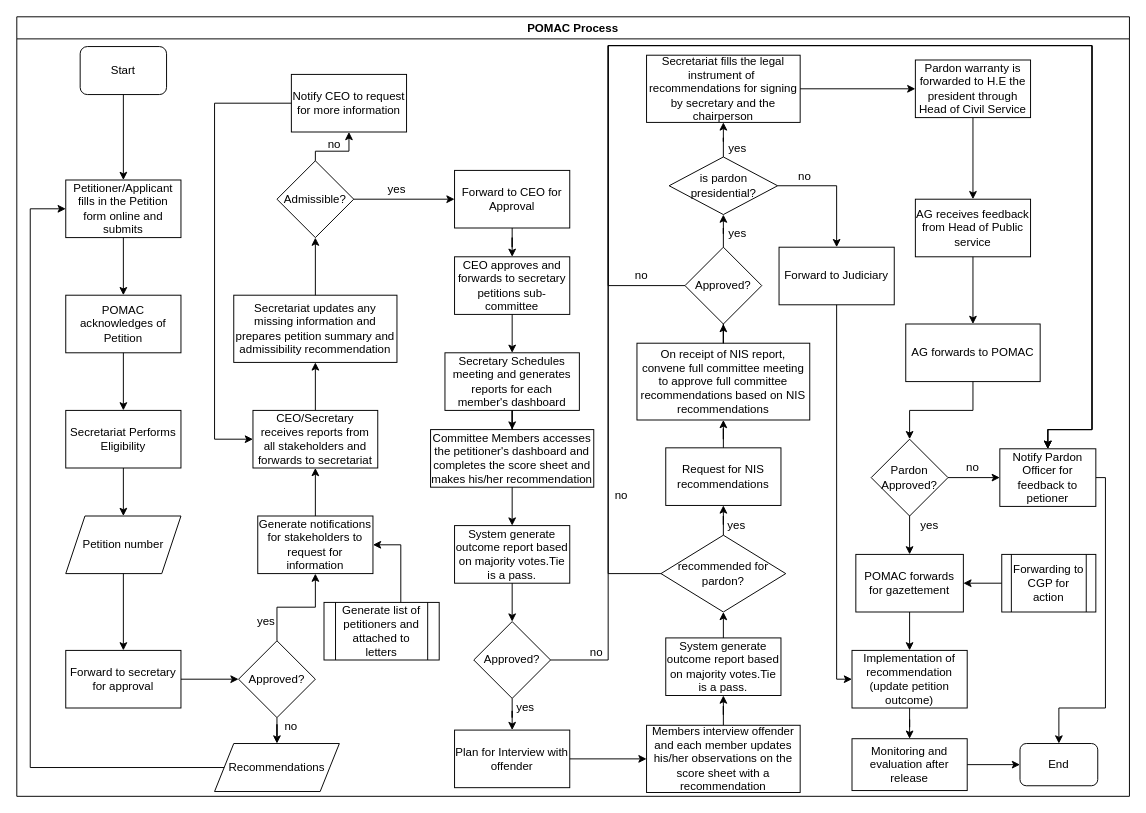
kmagua/flowcharts keeps this draw.io diagram as POMAC RE-Engineered Process.drawio. Above is the earlier version. Source tidied: cells renumbered, new cells numbered last; positions are measured from the earlier drawing's top-left corner, leaving out a move shared by most shapes. Both pictures are drawn from the tidied source at 96%, with x=0, y=0 at pixel (16, 16).
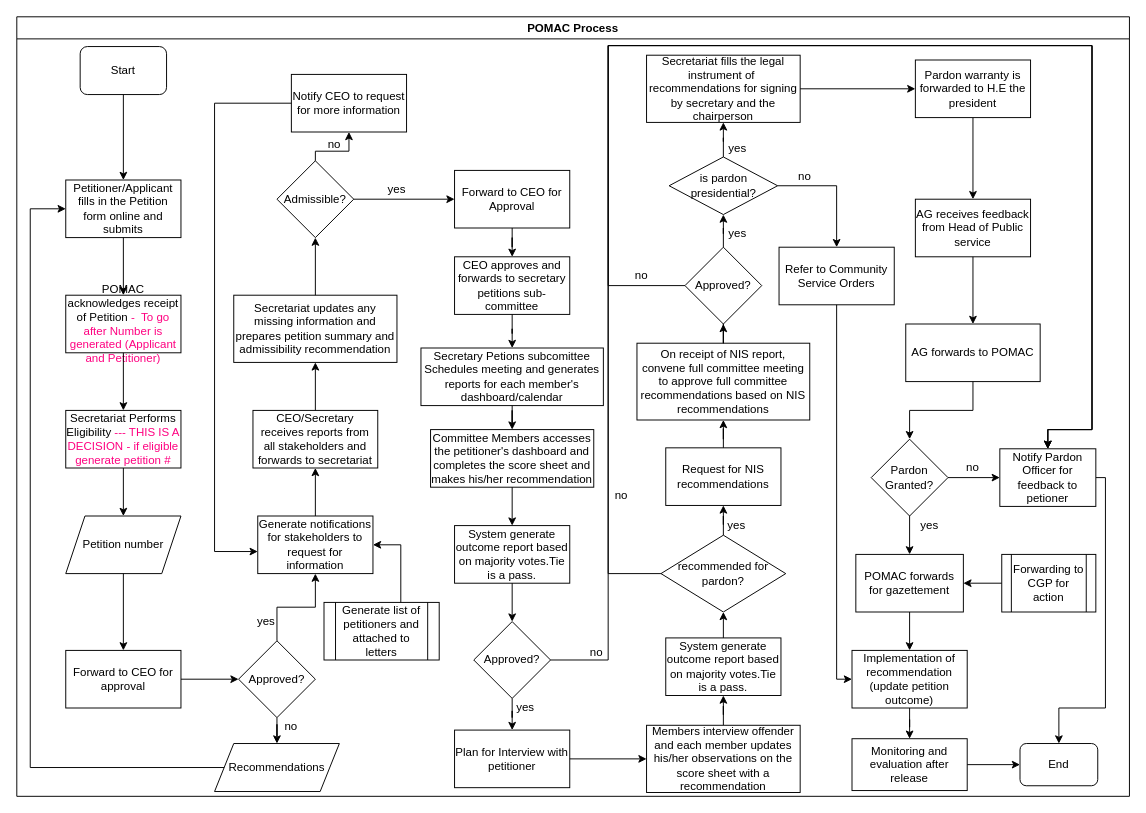
The same diagram, later.

The change refers to these unchanged cells:
```xml
<mxCell id="2" value="POMAC Process" style="swimlane;" parent="1" vertex="1">
  <mxGeometry width="1159" height="812" as="geometry" />
</mxCell>
<mxCell id="15" value="Generate notifications for stakeholders to request for information" style="whiteSpace=wrap;html=1;rounded=0;" parent="2" vertex="1">
  <mxGeometry x="251" y="520" width="120" height="60" as="geometry" />
</mxCell>
<mxCell id="17" value="CEO/Secretary receives reports from all stakeholders and forwards to secretariat" style="whiteSpace=wrap;html=1;rounded=0;" parent="2" vertex="1">
  <mxGeometry x="246" y="410" width="130" height="60" as="geometry" />
</mxCell>
<mxCell id="26" value="Notify CEO to request for more information" style="whiteSpace=wrap;html=1;" parent="2" vertex="1">
  <mxGeometry x="286" y="60" width="120" height="60" as="geometry" />
</mxCell>
```

The edit, as a diff of the source:
```diff
@@
-    <mxCell id="6" value="POMAC acknowledges of Petition " style="whiteSpace=wrap;html=1;rounded=0;" parent="2" vertex="1">
+    <mxCell id="6" value="POMAC acknowledges receipt of Petition&lt;font color=&quot;#FF0080&quot;&gt; -&amp;nbsp; To go after Number is generated (Applicant and Petitioner)&lt;br&gt;&lt;/font&gt;" style="whiteSpace=wrap;html=1;rounded=0;" parent="2" vertex="1">
       <mxGeometry x="51" y="290" width="120" height="60" as="geometry" />
     </mxCell>
@@
-    <mxCell id="8" value="Secretariat Performs Eligibility" style="whiteSpace=wrap;html=1;rounded=0;" parent="2" vertex="1">
+    <mxCell id="8" value="Secretariat Performs Eligibility &lt;font color=&quot;#FF0080&quot;&gt;--- THIS IS A DECISION - if eligible generate petition #&lt;br&gt;&lt;/font&gt;" style="whiteSpace=wrap;html=1;rounded=0;" parent="2" vertex="1">
       <mxGeometry x="51" y="410" width="120" height="60" as="geometry" />
     </mxCell>
@@
-    <mxCell id="28" style="edgeStyle=orthogonalEdgeStyle;rounded=0;jettySize=auto;html=1;entryX=0;entryY=0.5;entryDx=0;entryDy=0;" parent="2" edge="1" source="26" target="17">
+    <mxCell id="28" style="edgeStyle=orthogonalEdgeStyle;rounded=0;jettySize=auto;html=1;entryX=0;entryY=0.617;entryDx=0;entryDy=0;entryPerimeter=0;" parent="2" edge="1" source="26" target="15">
       <mxGeometry relative="1" as="geometry">
         <Array as="points">
           <mxPoint x="206" y="90" />
-          <mxPoint x="206" y="440" />
+          <mxPoint x="206" y="557" />
         </Array>
       </mxGeometry>
     </mxCell>
@@
-    <mxCell id="33" value="Plan for Interview with offender" style="whiteSpace=wrap;html=1;" parent="2" vertex="1">
+    <mxCell id="33" value="Plan for Interview with petitioner" style="whiteSpace=wrap;html=1;" parent="2" vertex="1">
       <mxGeometry x="456" y="743" width="120" height="60" as="geometry" />
     </mxCell>
@@
-    <mxCell id="44" value="Pardon Approved?" style="rhombus;whiteSpace=wrap;html=1;" parent="2" vertex="1">
+    <mxCell id="44" value="Pardon Granted?" style="rhombus;whiteSpace=wrap;html=1;" parent="2" vertex="1">
       <mxGeometry x="890" y="440" width="80" height="80" as="geometry" />
     </mxCell>
@@
-    <mxCell id="53" value="Pardon warranty is forwarded to H.E the president through Head of Civil Service" style="whiteSpace=wrap;html=1;" parent="2" vertex="1">
+    <mxCell id="53" value="Pardon warranty is forwarded to H.E the president" style="whiteSpace=wrap;html=1;" parent="2" vertex="1">
       <mxGeometry x="936" y="45" width="120" height="60" as="geometry" />
     </mxCell>
@@
-    <mxCell id="70" value="Forward to Judiciary" style="whiteSpace=wrap;html=1;" parent="2" vertex="1">
+    <mxCell id="70" value="Refer to Community Service Orders" style="whiteSpace=wrap;html=1;" parent="2" vertex="1">
       <mxGeometry x="794" y="240" width="120" height="60" as="geometry" />
     </mxCell>
@@
-    <mxCell id="82" value="Secretary Schedules meeting and generates reports for each member's dashboard" style="whiteSpace=wrap;html=1;" parent="2" vertex="1">
-      <mxGeometry x="446" y="350" width="140" height="60" as="geometry" />
+    <mxCell id="82" value="Secretary Petions subcomittee Schedules meeting and generates reports for each member's dashboard/calendar" style="whiteSpace=wrap;html=1;" parent="2" vertex="1">
+      <mxGeometry x="421" y="345" width="190" height="60" as="geometry" />
     </mxCell>
@@
-    <mxCell id="89" value="Forward to secretary for approval" style="whiteSpace=wrap;html=1;rounded=0;" parent="1" vertex="1">
+    <mxCell id="89" value="Forward to CEO for approval" style="whiteSpace=wrap;html=1;rounded=0;" parent="1" vertex="1">
       <mxGeometry x="51" y="660" width="120" height="60" as="geometry" />
     </mxCell>
```
